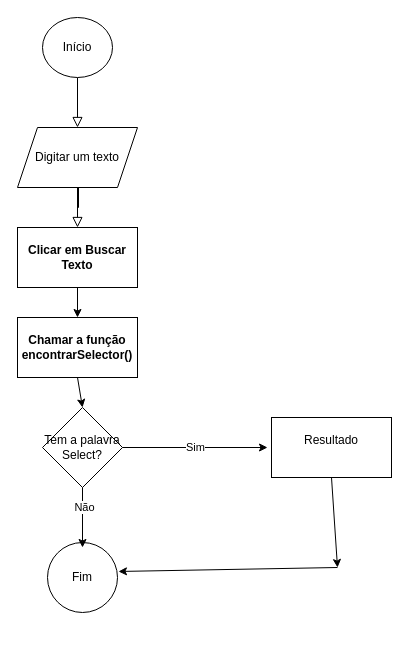
This is Untitled Diagram.drawio from mboanejose4/Analisador-L-xico---JavaScript, a draw.io file, before an edit. Source tidied: cells renumbered, new cells numbered last; positions are measured from the earlier drawing's top-left corner, leaving out a move shared by most shapes. Both pictures are drawn from the tidied source at 100%, with x=0, y=0 at pixel (17, 17).
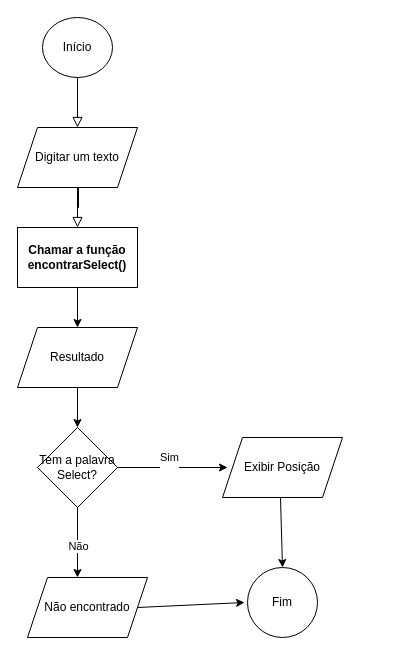
After the change.

Change to the diagram source:
```diff
@@
-    <mxCell id="5" style="rounded=0;html=1;jettySize=auto;fontSize=11;endArrow=block;endFill=0;endSize=8;strokeWidth=1;shadow=0;labelBackgroundColor=none;edgeStyle=orthogonalEdgeStyle;" parent="1" edge="1" target="6">
+    <mxCell id="5" style="rounded=0;html=1;jettySize=auto;orthogonalLoop=1;fontSize=11;endArrow=block;endFill=0;endSize=8;strokeWidth=1;shadow=0;labelBackgroundColor=none;edgeStyle=orthogonalEdgeStyle;" parent="1" edge="1">
       <mxGeometry y="20" relative="1" as="geometry">
         <mxPoint x="60" y="190" as="sourcePoint" />
+        <mxPoint x="60" y="210" as="targetPoint" />
         <Array as="points">
           <mxPoint x="61" y="190" />
           <mxPoint x="61" y="170" />
         </Array>
       </mxGeometry>
     </mxCell>
-    <mxCell id="6" value="&lt;b&gt;Clicar em Buscar Texto&lt;/b&gt;" style="rounded=0;whiteSpace=wrap;html=1;" parent="1" vertex="1">
-      <mxGeometry y="210" width="120" height="60" as="geometry" />
-    </mxCell>
-    <mxCell id="7" value="&lt;b&gt;Chamar a função encontrarSelector()&lt;/b&gt;" style="rounded=0;whiteSpace=wrap;html=1;" parent="1" vertex="1">
-      <mxGeometry y="300" width="120" height="60" as="geometry" />
+    <mxCell id="7" value="&lt;b&gt;Chamar a função encontrarSelect()&lt;/b&gt;" style="rounded=0;whiteSpace=wrap;html=1;" parent="1" vertex="1">
+      <mxGeometry y="210" width="120" height="60" as="geometry" />
     </mxCell>
     <mxCell id="8" value="Tem a palavra Select?" style="rhombus;whiteSpace=wrap;html=1;" parent="1" vertex="1">
-      <mxGeometry x="25" y="390" width="80" height="80" as="geometry" />
+      <mxGeometry x="20" y="410" width="80" height="80" as="geometry" />
     </mxCell>
     <mxCell id="9" value="Fim" style="ellipse;whiteSpace=wrap;html=1;" parent="1" vertex="1">
-      <mxGeometry x="30" y="525" width="70" height="70" as="geometry" />
+      <mxGeometry x="230" y="550" width="70" height="70" as="geometry" />
     </mxCell>
+    <mxCell id="18" style="endArrow=classic;html=1;rounded=0;exitX=0.5;exitY=1;exitDx=0;exitDy=0;entryX=0.5;entryY=0;entryDx=0;entryDy=0;" parent="1" edge="1" source="7">
+      <mxGeometry relative="1" as="geometry">
+        <mxPoint x="60" y="310" as="targetPoint" />
+      </mxGeometry>
+    </mxCell>
+    <mxCell id="19" style="endArrow=classic;html=1;rounded=0;entryX=0.5;entryY=0;entryDx=0;entryDy=0;exitX=0.5;exitY=1;exitDx=0;exitDy=0;" parent="1" edge="1" target="8">
+      <mxGeometry relative="1" as="geometry">
+        <mxPoint x="60" y="370" as="sourcePoint" />
+      </mxGeometry>
+    </mxCell>
+    <mxCell id="20" style="endArrow=classic;html=1;rounded=0;exitX=1;exitY=0.5;exitDx=0;exitDy=0;" parent="1" edge="1" source="8">
+      <mxGeometry relative="1" as="geometry">
+        <mxPoint x="210" y="450" as="targetPoint" />
+      </mxGeometry>
+    </mxCell>
+    <mxCell id="11" value="Sim&lt;div&gt;&lt;br&gt;&lt;/div&gt;" style="edgeLabel;html=1;align=center;verticalAlign=middle;" parent="20" vertex="1">
+      <mxGeometry x="-0.07" y="4" relative="1" as="geometry" />
+    </mxCell>
+    <mxCell id="21" style="endArrow=classic;html=1;rounded=0;exitX=0.5;exitY=1;exitDx=0;exitDy=0;entryX=0.5;entryY=0;entryDx=0;entryDy=0;" parent="1" edge="1" source="8">
+      <mxGeometry relative="1" as="geometry">
+        <mxPoint x="60" y="560" as="targetPoint" />
+      </mxGeometry>
+    </mxCell>
+    <mxCell id="13" value="Não" style="edgeLabel;html=1;align=center;verticalAlign=middle;" parent="21" vertex="1">
+      <mxGeometry x="0.09" relative="1" as="geometry" />
+    </mxCell>
+    <mxCell id="22" style="endArrow=classic;html=1;rounded=0;entryX=0.5;entryY=0;entryDx=0;entryDy=0;exitX=0.442;exitY=1;exitDx=0;exitDy=0;exitPerimeter=0;" parent="1" edge="1" target="9">
+      <mxGeometry relative="1" as="geometry">
+        <mxPoint x="263" y="480" as="sourcePoint" />
+      </mxGeometry>
+    </mxCell>
+    <mxCell id="23" style="endArrow=classic;html=1;rounded=0;exitX=1;exitY=0.5;exitDx=0;exitDy=0;" parent="1" edge="1">
+      <mxGeometry relative="1" as="geometry">
+        <mxPoint x="120" y="590" as="sourcePoint" />
+        <mxPoint x="227" y="585" as="targetPoint" />
+      </mxGeometry>
+    </mxCell>
-    <mxCell id="10" value="Resultado&lt;div&gt;&lt;br&gt;&lt;/div&gt;" style="rounded=0;whiteSpace=wrap;html=1;" parent="1" vertex="1">
-      <mxGeometry x="254" y="400" width="120" height="60" as="geometry" />
+    <mxCell id="10" value="Resultado" style="shape=parallelogram;perimeter=parallelogramPerimeter;whiteSpace=wrap;html=1;fixedSize=1;" parent="1" vertex="1">
+      <mxGeometry y="310" width="120" height="60" as="geometry" />
     </mxCell>
-    <mxCell id="11" value="Sim" style="endArrow=classic;html=1;rounded=0;exitX=1;exitY=0.5;exitDx=0;exitDy=0;" parent="1" edge="1" source="8">
-      <mxGeometry relative="1" as="geometry">
-        <mxPoint x="250" y="430" as="targetPoint" />
-      </mxGeometry>
-    </mxCell>
-    <mxCell id="12" style="endArrow=classic;html=1;rounded=0;exitX=0.5;exitY=1;exitDx=0;exitDy=0;" parent="1" edge="1" source="8">
-      <mxGeometry relative="1" as="geometry">
-        <mxPoint x="65" y="530" as="targetPoint" />
-      </mxGeometry>
-    </mxCell>
-    <mxCell id="13" value="Não" style="edgeLabel;html=1;align=center;verticalAlign=middle;" parent="12" vertex="1">
-      <mxGeometry x="-0.37" y="1" relative="1" as="geometry" />
-    </mxCell>
-    <mxCell id="14" style="endArrow=classic;html=1;rounded=0;exitX=0.5;exitY=1;exitDx=0;exitDy=0;entryX=0.5;entryY=0;entryDx=0;entryDy=0;" parent="1" edge="1" source="7" target="8">
-      <mxGeometry relative="1" as="geometry" />
-    </mxCell>
-    <mxCell id="15" style="endArrow=classic;html=1;rounded=0;exitX=0.5;exitY=1;exitDx=0;exitDy=0;entryX=0.5;entryY=0;entryDx=0;entryDy=0;" parent="1" edge="1" source="6" target="7">
-      <mxGeometry relative="1" as="geometry" />
-    </mxCell>
-    <mxCell id="16" style="endArrow=classic;html=1;rounded=0;exitX=0.5;exitY=1;exitDx=0;exitDy=0;" parent="1" edge="1" source="10">
-      <mxGeometry relative="1" as="geometry">
-        <mxPoint x="320" y="550" as="targetPoint" />
-      </mxGeometry>
-    </mxCell>
-    <mxCell id="17" style="endArrow=classic;html=1;rounded=0;entryX=1.014;entryY=0.414;entryDx=0;entryDy=0;entryPerimeter=0;" parent="1" edge="1" target="9">
-      <mxGeometry relative="1" as="geometry">
-        <mxPoint x="320" y="550" as="sourcePoint" />
-      </mxGeometry>
-    </mxCell>
+    <mxCell id="24" value="Exibir Posição" style="shape=parallelogram;perimeter=parallelogramPerimeter;whiteSpace=wrap;html=1;fixedSize=1;" parent="1" vertex="1">
+      <mxGeometry x="205" y="420" width="120" height="60" as="geometry" />
+    </mxCell>
+    <mxCell id="25" value="Não encontrado" style="shape=parallelogram;perimeter=parallelogramPerimeter;whiteSpace=wrap;html=1;fixedSize=1;" parent="1" vertex="1">
+      <mxGeometry x="10" y="560" width="120" height="60" as="geometry" />
+    </mxCell>
```
